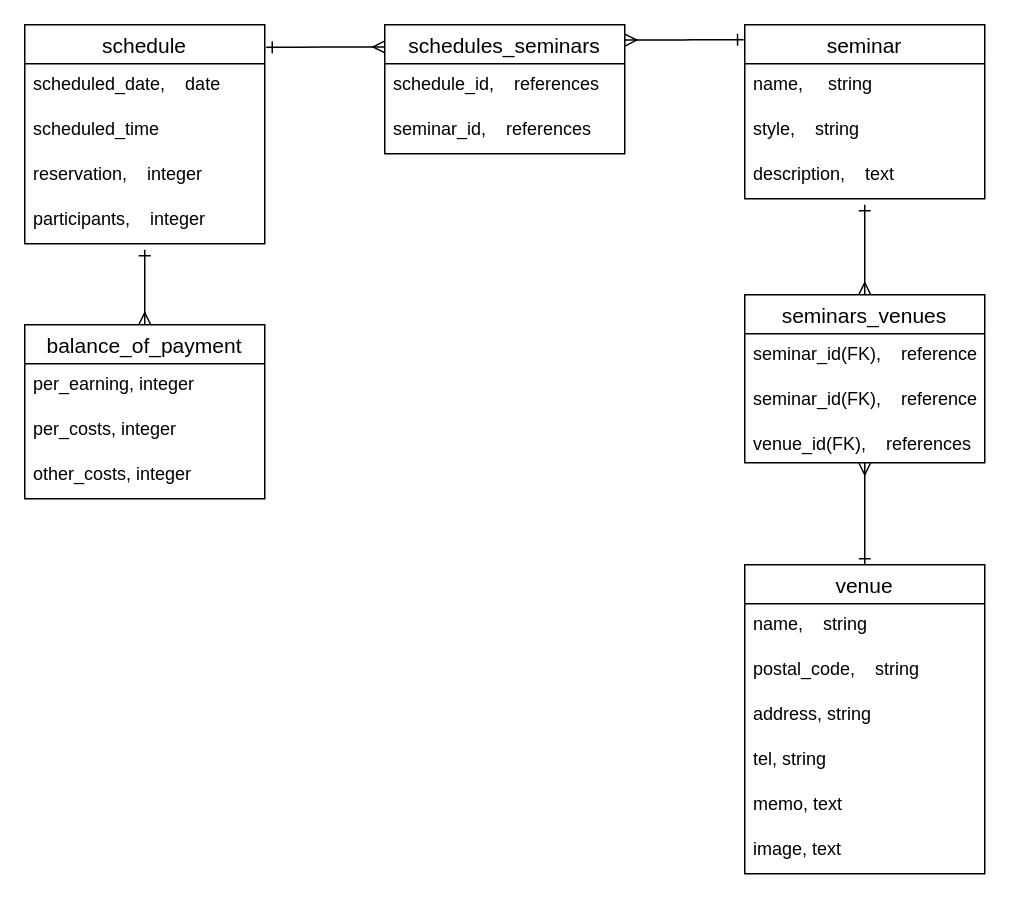
This is db.dio from mc-nakayama/semimane, a draw.io file, before an edit. Source tidied: cells renumbered, new cells numbered last; positions are measured from the earlier drawing's top-left corner, leaving out a move shared by most shapes. Both pictures are drawn from the tidied source at 150%, with x=0, y=0 at pixel (24, 24).
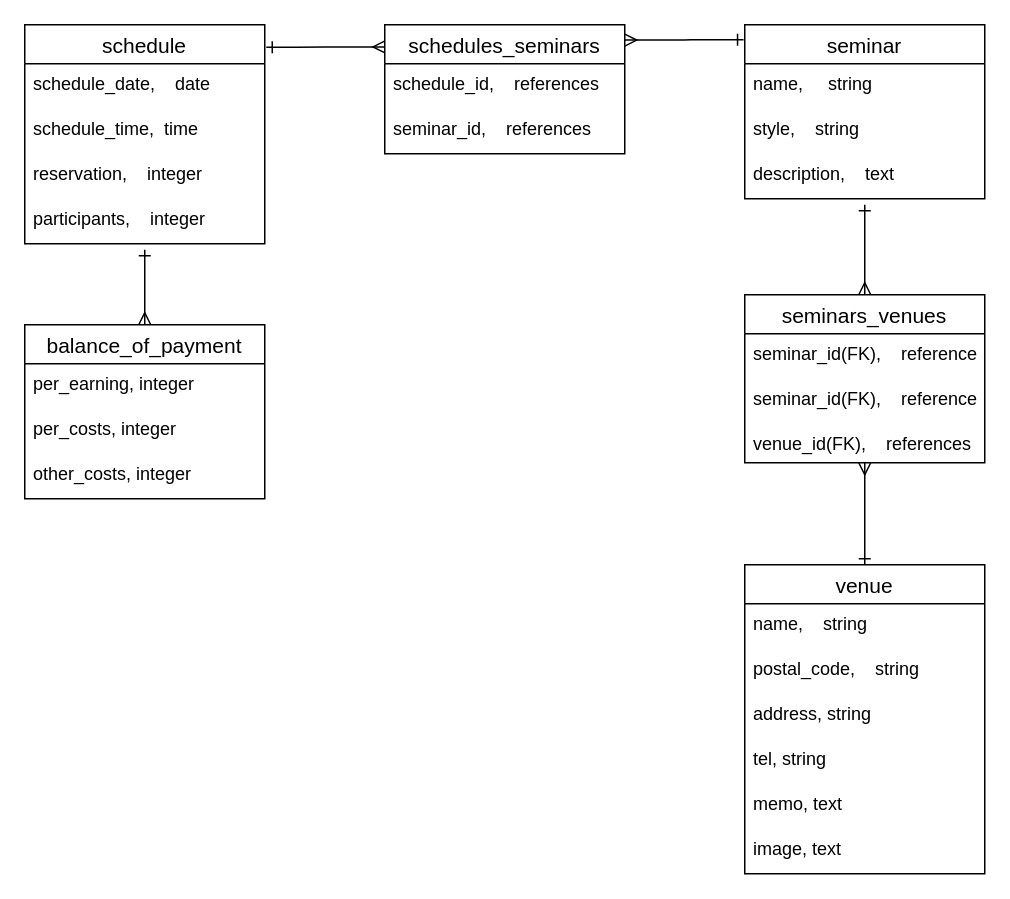
Above is the later version.

The change refers to these unchanged cells:
```xml
<mxCell id="2" value="schedule" style="swimlane;fontStyle=0;horizontal=1;startSize=26;align=center;fontSize=14;" parent="1" vertex="1">
  <mxGeometry width="160" height="146" as="geometry" />
</mxCell>
```

Diff of the diagram source:
```diff
@@
-    <mxCell id="3" value="scheduled_date,    date" style="text;strokeColor=none;fillColor=none;spacingLeft=4;spacingRight=4;overflow=hidden;fontSize=12;" parent="2" vertex="1">
+    <mxCell id="3" value="schedule_date,    date" style="text;strokeColor=none;fillColor=none;spacingLeft=4;spacingRight=4;overflow=hidden;fontSize=12;" parent="2" vertex="1">
       <mxGeometry y="26" width="160" height="30" as="geometry" />
     </mxCell>
-    <mxCell id="4" value="scheduled_time" style="text;strokeColor=none;fillColor=none;spacingLeft=4;spacingRight=4;overflow=hidden;fontSize=12;" parent="2" vertex="1">
+    <mxCell id="4" value="schedule_time,  time" style="text;strokeColor=none;fillColor=none;spacingLeft=4;spacingRight=4;overflow=hidden;fontSize=12;" parent="2" vertex="1">
       <mxGeometry y="56" width="160" height="30" as="geometry" />
     </mxCell>
```
